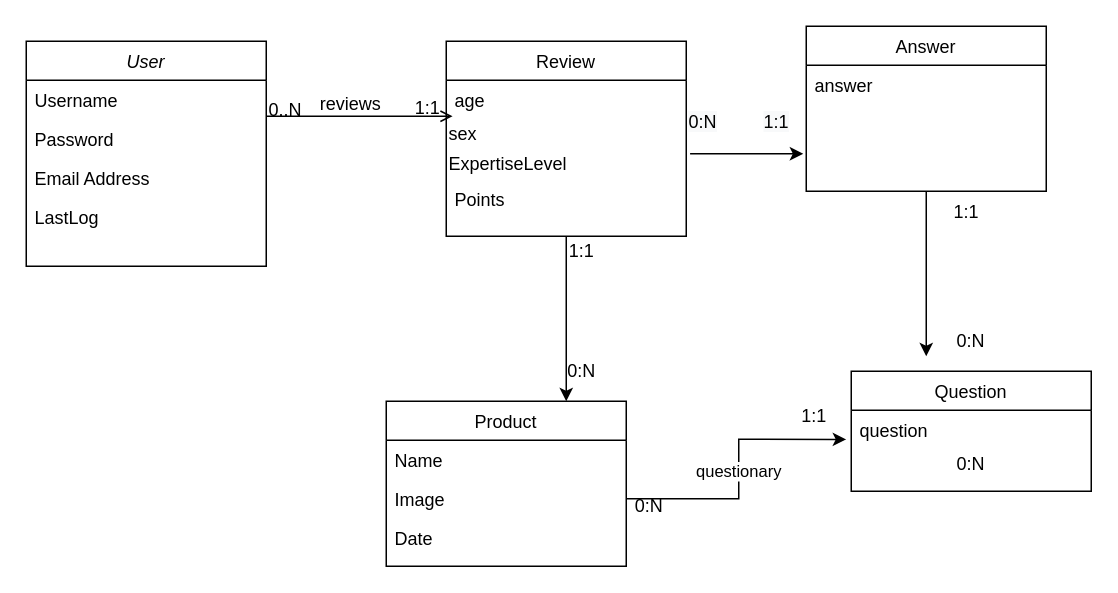
Above: db2diagram.drawio in cogiorgio/db2 (draw.io), before the change. Source tidied: cells renumbered, new cells numbered last; positions are measured from the earlier drawing's top-left corner, leaving out a move shared by most shapes. Both pictures are drawn from the tidied source at 150%, with x=0, y=0 at pixel (26, 26).
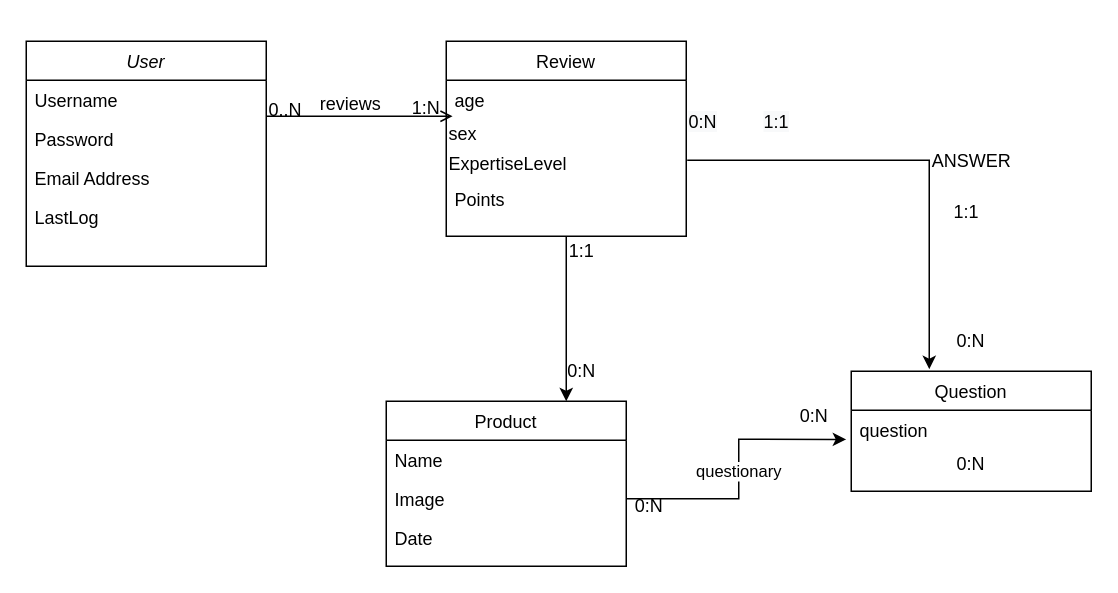
The same page after the edit.

Unchanged cells that the change refers to:
```xml
<mxCell id="11" style="endArrow=open;shadow=0;strokeWidth=1;rounded=0;endFill=1;edgeStyle=elbowEdgeStyle;elbow=vertical;entryX=0.026;entryY=-0.093;entryDx=0;entryDy=0;entryPerimeter=0;" parent="1" edge="1" source="2">
  <mxGeometry x="0.5" y="41" relative="1" as="geometry">
    <mxPoint x="284.2" y="59.6" as="targetPoint" />
    <mxPoint x="-40" y="32" as="offset" />
  </mxGeometry>
</mxCell>
<mxCell id="19" value="ExpertiseLevel" style="text;html=1;align=left;verticalAlign=middle;points=[];" parent="16" vertex="1">
  <mxGeometry y="72" width="160" height="20" as="geometry" />
</mxCell>
<mxCell id="29" value="Question" style="swimlane;fontStyle=0;align=center;verticalAlign=top;horizontal=1;startSize=26;rounded=0;shadow=0;strokeWidth=1;" parent="1" vertex="1">
  <mxGeometry x="550" y="230" width="160" height="80" as="geometry" />
</mxCell>
```

Diff of the diagram source:
```diff
@@
-    <mxCell id="13" value="1:1" style="align=right;verticalAlign=bottom;labelBackgroundColor=none;fontSize=12;" parent="11" vertex="1">
+    <mxCell id="13" value="1:N" style="align=right;verticalAlign=bottom;labelBackgroundColor=none;fontSize=12;" parent="11" vertex="1">
       <mxGeometry x="1" relative="1" as="geometry">
         <mxPoint x="-7" y="4" as="offset" />
       </mxGeometry>
     </mxCell>
@@
-    <mxCell id="23" style="edgeStyle=orthogonalEdgeStyle;rounded=0;jettySize=auto;html=1;" parent="1" edge="1" source="24">
-      <mxGeometry relative="1" as="geometry">
-        <mxPoint x="600" y="220" as="targetPoint" />
-      </mxGeometry>
-    </mxCell>
-    <mxCell id="24" value="Answer" style="swimlane;fontStyle=0;align=center;verticalAlign=top;horizontal=1;startSize=26;rounded=0;shadow=0;strokeWidth=1;" parent="1" vertex="1">
-      <mxGeometry x="520" width="160" height="110" as="geometry" />
-    </mxCell>
-    <mxCell id="25" value="answer" style="text;align=left;verticalAlign=top;spacingLeft=4;spacingRight=4;overflow=hidden;rounded=0;shadow=0;html=0;" parent="24" vertex="1">
-      <mxGeometry y="26" width="160" height="26" as="geometry" />
-    </mxCell>
-    <mxCell id="26" style="edgeStyle=orthogonalEdgeStyle;rounded=0;jettySize=auto;html=1;exitX=1.016;exitY=0.171;exitDx=0;exitDy=0;exitPerimeter=0;" parent="1" edge="1" source="19">
-      <mxGeometry relative="1" as="geometry">
-        <mxPoint x="518" y="85" as="targetPoint" />
-        <Array as="points">
-          <mxPoint x="518" y="85" />
-        </Array>
-      </mxGeometry>
-    </mxCell>
@@
-    <mxCell id="34" value="1:1" style="text;html=1;align=center;verticalAlign=middle;" parent="1" vertex="1">
+    <mxCell id="34" value="0:N" style="text;html=1;align=center;verticalAlign=middle;" parent="1" vertex="1">
       <mxGeometry x="510" y="250" width="30" height="20" as="geometry" />
     </mxCell>
@@
+    <mxCell id="37" style="edgeStyle=orthogonalEdgeStyle;rounded=0;jettySize=auto;html=1;entryX=0.325;entryY=-0.017;entryDx=0;entryDy=0;exitX=1.004;exitY=0.367;exitDx=0;exitDy=0;exitPerimeter=0;entryPerimeter=0;" parent="1" edge="1" source="19" target="29">
+      <mxGeometry relative="1" as="geometry" />
+    </mxCell>
+    <mxCell id="38" value="ANSWER" style="text;html=1;align=center;verticalAlign=middle;" parent="1" vertex="1">
+      <mxGeometry x="595" y="80" width="70" height="20" as="geometry" />
+    </mxCell>
```
